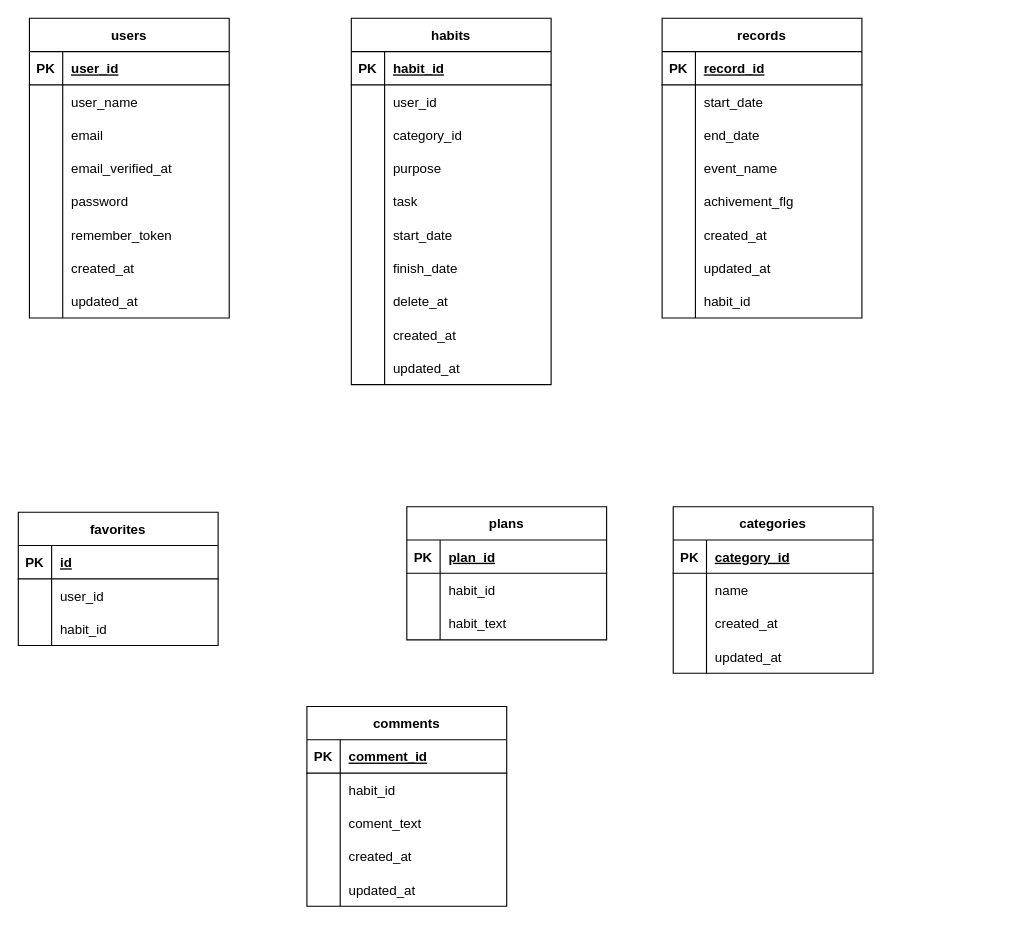
rickeysan/ifthen_plan_app keeps this draw.io diagram as db.dio. Above is the earlier version. Source tidied: cells renumbered, new cells numbered last; positions are measured from the earlier drawing's top-left corner, leaving out a move shared by most shapes. Both pictures are drawn from the tidied source at 111%, with x=0, y=0 at pixel (18, 18).
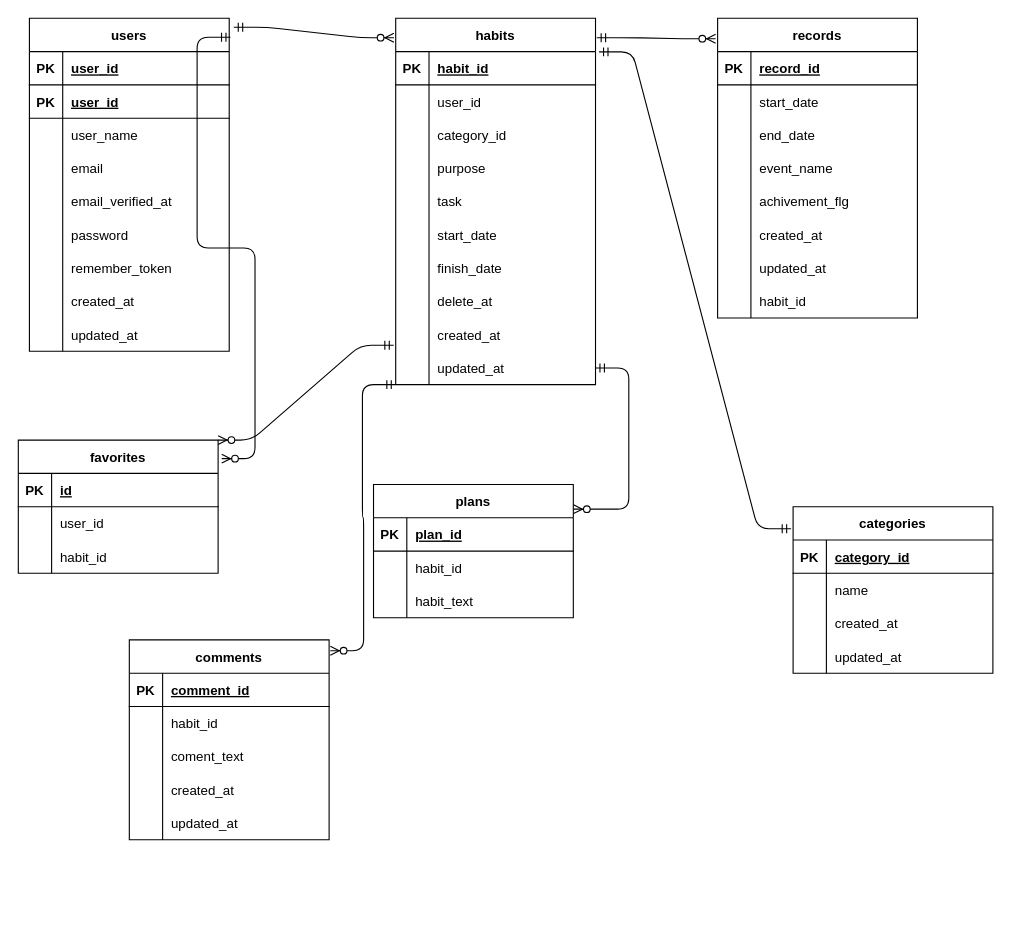
The same page after the edit.

The change refers to these unchanged cells:
```xml
<mxCell id="28" style="shape=partialRectangle;fillColor=none;top=0;left=0;bottom=1;right=0;points=[[0,0.5],[1,0.5]];portConstraint=eastwest;" parent="27" vertex="1">
  <mxGeometry y="30" width="180" height="30" as="geometry" />
</mxCell>
<mxCell id="55" style="shape=partialRectangle;fillColor=none;top=0;left=0;bottom=0;right=0;points=[[0,0.5],[1,0.5]];portConstraint=eastwest;" parent="27" vertex="1">
  <mxGeometry y="300" width="180" height="30" as="geometry" />
</mxCell>
```

The edit, as a diff of the source:
```diff
@@
     <mxCell id="2" value="users" style="shape=table;startSize=30;childLayout=tableLayout;rowLines=0;fontStyle=1;align=center;" parent="1" vertex="1">
-      <mxGeometry x="10" width="180" height="270" as="geometry" />
+      <mxGeometry x="10" width="180" height="300" as="geometry" />
     </mxCell>
@@
+    <mxCell id="132" style="shape=partialRectangle;fillColor=none;top=0;left=0;bottom=1;right=0;" parent="2" vertex="1">
+      <mxGeometry y="60" width="180" height="30" as="geometry" />
+    </mxCell>
+    <mxCell id="133" value="PK" style="shape=partialRectangle;fillColor=none;top=0;left=0;bottom=0;right=0;fontStyle=1;overflow=hidden;" parent="132" vertex="1">
+      <mxGeometry width="30" height="30" as="geometry" />
+    </mxCell>
+    <mxCell id="134" value="user_id" style="shape=partialRectangle;fillColor=none;top=0;left=0;bottom=0;right=0;align=left;spacingLeft=6;fontStyle=5;overflow=hidden;" parent="132" vertex="1">
+      <mxGeometry x="30" width="150" height="30" as="geometry" />
+    </mxCell>
     <mxCell id="6" style="shape=partialRectangle;fillColor=none;top=0;left=0;bottom=0;right=0;" parent="2" vertex="1">
-      <mxGeometry y="60" width="180" height="30" as="geometry" />
+      <mxGeometry y="90" width="180" height="30" as="geometry" />
     </mxCell>
@@
     <mxCell id="9" style="shape=partialRectangle;fillColor=none;top=0;left=0;bottom=0;right=0;" parent="2" vertex="1">
-      <mxGeometry y="90" width="180" height="30" as="geometry" />
+      <mxGeometry y="120" width="180" height="30" as="geometry" />
     </mxCell>
@@
     <mxCell id="12" style="shape=partialRectangle;fillColor=none;top=0;left=0;bottom=0;right=0;" parent="2" vertex="1">
-      <mxGeometry y="120" width="180" height="30" as="geometry" />
+      <mxGeometry y="150" width="180" height="30" as="geometry" />
     </mxCell>
@@
     <mxCell id="15" style="shape=partialRectangle;fillColor=none;top=0;left=0;bottom=0;right=0;" parent="2" vertex="1">
-      <mxGeometry y="150" width="180" height="30" as="geometry" />
+      <mxGeometry y="180" width="180" height="30" as="geometry" />
     </mxCell>
@@
     <mxCell id="18" style="shape=partialRectangle;fillColor=none;top=0;left=0;bottom=0;right=0;" parent="2" vertex="1">
-      <mxGeometry y="180" width="180" height="30" as="geometry" />
+      <mxGeometry y="210" width="180" height="30" as="geometry" />
     </mxCell>
@@
     <mxCell id="21" style="shape=partialRectangle;fillColor=none;top=0;left=0;bottom=0;right=0;" parent="2" vertex="1">
-      <mxGeometry y="210" width="180" height="30" as="geometry" />
+      <mxGeometry y="240" width="180" height="30" as="geometry" />
     </mxCell>
@@
     <mxCell id="24" style="shape=partialRectangle;fillColor=none;top=0;left=0;bottom=0;right=0;" parent="2" vertex="1">
-      <mxGeometry y="240" width="180" height="30" as="geometry" />
+      <mxGeometry y="270" width="180" height="30" as="geometry" />
     </mxCell>
@@
     <mxCell id="27" value="habits" style="shape=table;startSize=30;childLayout=tableLayout;rowLines=0;fontStyle=1;align=center;" parent="1" vertex="1">
-      <mxGeometry x="300" width="180" height="330" as="geometry" />
+      <mxGeometry x="340" width="180" height="330" as="geometry" />
     </mxCell>
@@
     <mxCell id="58" value="records" style="shape=table;startSize=30;childLayout=tableLayout;rowLines=0;fontStyle=1;align=center;" parent="1" vertex="1">
-      <mxGeometry x="580" width="180" height="270" as="geometry" />
+      <mxGeometry x="630" width="180" height="270" as="geometry" />
     </mxCell>
@@
     <mxCell id="83" value="categories" style="shape=table;startSize=30;childLayout=tableLayout;rowLines=0;fontStyle=1;align=center;" parent="1" vertex="1">
-      <mxGeometry x="590" y="440" width="180" height="150" as="geometry" />
+      <mxGeometry x="698" y="440" width="180" height="150" as="geometry" />
     </mxCell>
@@
     <mxCell id="96" value="plans" style="shape=table;startSize=30;childLayout=tableLayout;rowLines=0;fontStyle=1;align=center;" parent="1" vertex="1">
-      <mxGeometry x="350" y="440" width="180" height="120" as="geometry" />
+      <mxGeometry x="320" y="420" width="180" height="120" as="geometry" />
     </mxCell>
@@
     <mxCell id="106" value="favorites" style="shape=table;startSize=30;childLayout=tableLayout;rowLines=0;fontStyle=1;align=center;" parent="1" vertex="1">
-      <mxGeometry y="445" width="180" height="120" as="geometry" />
+      <mxGeometry y="380" width="180" height="120" as="geometry" />
     </mxCell>
@@
     <mxCell id="116" value="comments" style="shape=table;startSize=30;childLayout=tableLayout;rowLines=0;fontStyle=1;align=center;" parent="1" vertex="1">
-      <mxGeometry x="260" y="620" width="180" height="180" as="geometry" />
+      <mxGeometry x="100" y="560" width="180" height="180" as="geometry" />
     </mxCell>
@@
+    <mxCell id="135" style="edgeStyle=entityRelationEdgeStyle;fontSize=12;html=1;endArrow=ERzeroToMany;startArrow=ERmandOne;entryX=1.006;entryY=0.054;entryDx=0;entryDy=0;entryPerimeter=0;exitX=0;exitY=1;exitDx=0;exitDy=0;exitPerimeter=0;" parent="1" edge="1" source="55" target="116">
+      <mxGeometry relative="1" as="geometry" />
+    </mxCell>
+    <mxCell id="136" style="edgeStyle=entityRelationEdgeStyle;fontSize=12;html=1;endArrow=ERzeroToMany;startArrow=ERmandOne;exitX=1.023;exitY=0.027;exitDx=0;exitDy=0;exitPerimeter=0;entryX=-0.009;entryY=0.053;entryDx=0;entryDy=0;entryPerimeter=0;" parent="1" edge="1" source="2" target="27">
+      <mxGeometry relative="1" as="geometry" />
+    </mxCell>
+    <mxCell id="137" style="edgeStyle=entityRelationEdgeStyle;fontSize=12;html=1;endArrow=ERzeroToMany;startArrow=ERmandOne;entryX=-0.01;entryY=0.068;entryDx=0;entryDy=0;entryPerimeter=0;exitX=1.006;exitY=0.053;exitDx=0;exitDy=0;exitPerimeter=0;" parent="1" edge="1" source="27" target="58">
+      <mxGeometry relative="1" as="geometry" />
+    </mxCell>
+    <mxCell id="138" style="edgeStyle=entityRelationEdgeStyle;fontSize=12;html=1;endArrow=ERzeroToMany;startArrow=ERmandOne;entryX=1.001;entryY=0.185;entryDx=0;entryDy=0;entryPerimeter=0;" parent="1" edge="1" source="55" target="96">
+      <mxGeometry relative="1" as="geometry" />
+    </mxCell>
+    <mxCell id="139" style="edgeStyle=entityRelationEdgeStyle;fontSize=12;html=1;endArrow=ERmandOne;startArrow=ERmandOne;entryX=-0.01;entryY=0.132;entryDx=0;entryDy=0;entryPerimeter=0;exitX=1.018;exitY=0.007;exitDx=0;exitDy=0;exitPerimeter=0;" parent="1" edge="1" source="28" target="83">
+      <mxGeometry relative="1" as="geometry" />
+    </mxCell>
+    <mxCell id="140" style="edgeStyle=entityRelationEdgeStyle;fontSize=12;html=1;endArrow=ERzeroToMany;startArrow=ERmandOne;entryX=1.018;entryY=0.139;entryDx=0;entryDy=0;entryPerimeter=0;exitX=1.006;exitY=0.057;exitDx=0;exitDy=0;exitPerimeter=0;" parent="1" edge="1" source="2" target="106">
+      <mxGeometry relative="1" as="geometry" />
+    </mxCell>
+    <mxCell id="141" style="edgeStyle=entityRelationEdgeStyle;fontSize=12;html=1;endArrow=ERzeroToMany;startArrow=ERmandOne;exitX=-0.01;exitY=-0.181;exitDx=0;exitDy=0;exitPerimeter=0;entryX=1;entryY=0;entryDx=0;entryDy=0;" parent="1" edge="1" source="55" target="106">
+      <mxGeometry relative="1" as="geometry" />
+    </mxCell>
```
